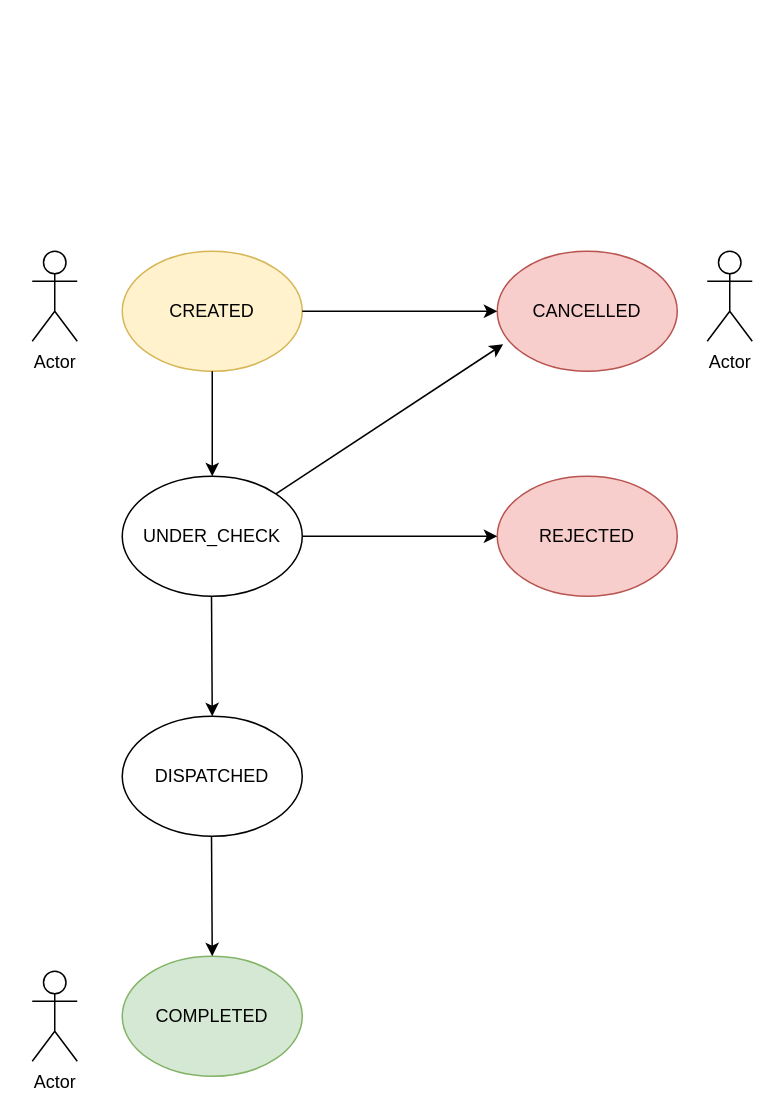
Earlier version of the draw.io diagram order_statedrawio.drawio (dcharilas-kc/spring-statemachine-demo). Source tidied: cells renumbered, new cells numbered last; positions are measured from the earlier drawing's top-left corner, leaving out a move shared by most shapes. Both pictures are drawn from the tidied source at 150%, with x=0, y=0 at pixel (32, 250).
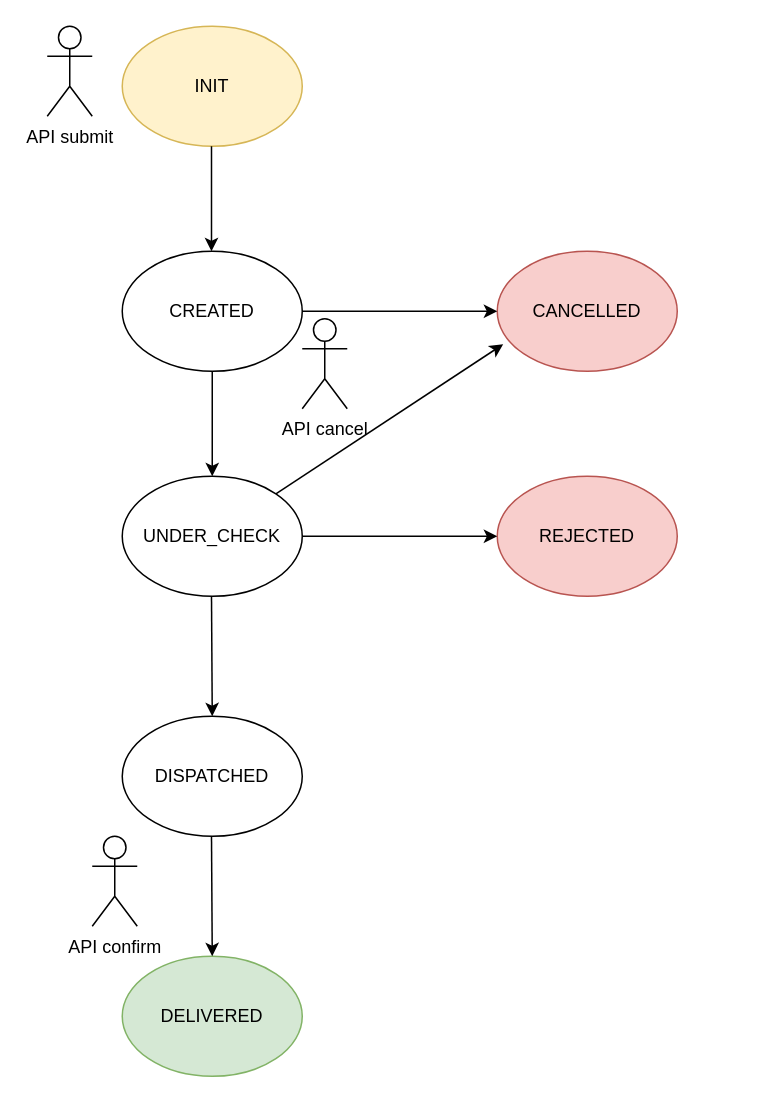
The same page after the edit.

Change to the diagram source:
```diff
@@
-    <mxCell id="2" value="CREATED" style="ellipse;whiteSpace=wrap;html=1;fillColor=#fff2cc;strokeColor=#d6b656;" parent="1" vertex="1">
+    <mxCell id="2" value="CREATED" style="ellipse;whiteSpace=wrap;html=1;" parent="1" vertex="1">
       <mxGeometry x="60" width="120" height="80" as="geometry" />
     </mxCell>
@@
-    <mxCell id="7" value="COMPLETED" style="ellipse;whiteSpace=wrap;html=1;fillColor=#d5e8d4;strokeColor=#82b366;" parent="1" vertex="1">
+    <mxCell id="7" value="DELIVERED" style="ellipse;whiteSpace=wrap;html=1;fillColor=#d5e8d4;strokeColor=#82b366;" parent="1" vertex="1">
       <mxGeometry x="60" y="470" width="120" height="80" as="geometry" />
     </mxCell>
@@
-    <mxCell id="14" value="Actor" style="shape=umlActor;verticalLabelPosition=bottom;verticalAlign=top;html=1;" parent="1" vertex="1">
-      <mxGeometry width="30" height="60" as="geometry" />
+    <mxCell id="14" value="API submit" style="shape=umlActor;verticalLabelPosition=bottom;verticalAlign=top;html=1;" parent="1" vertex="1">
+      <mxGeometry x="10" y="-150" width="30" height="60" as="geometry" />
     </mxCell>
-    <mxCell id="15" value="Actor" style="shape=umlActor;verticalLabelPosition=bottom;verticalAlign=top;html=1;" parent="1" vertex="1">
-      <mxGeometry y="480" width="30" height="60" as="geometry" />
+    <mxCell id="15" value="API confirm" style="shape=umlActor;verticalLabelPosition=bottom;verticalAlign=top;html=1;" parent="1" vertex="1">
+      <mxGeometry x="40" y="390" width="30" height="60" as="geometry" />
     </mxCell>
-    <mxCell id="16" value="Actor" style="shape=umlActor;verticalLabelPosition=bottom;verticalAlign=top;html=1;" parent="1" vertex="1">
-      <mxGeometry x="450" width="30" height="60" as="geometry" />
+    <mxCell id="16" value="API cancel" style="shape=umlActor;verticalLabelPosition=bottom;verticalAlign=top;html=1;" parent="1" vertex="1">
+      <mxGeometry x="180" y="45" width="30" height="60" as="geometry" />
     </mxCell>
+    <mxCell id="17" value="INIT" style="ellipse;whiteSpace=wrap;html=1;fillColor=#fff2cc;strokeColor=#d6b656;" parent="1" vertex="1">
+      <mxGeometry x="60" y="-150" width="120" height="80" as="geometry" />
+    </mxCell>
+    <mxCell id="18" style="endArrow=classic;html=1;rounded=0;exitX=0.5;exitY=1;exitDx=0;exitDy=0;" parent="1" edge="1">
+      <mxGeometry relative="1" as="geometry">
+        <mxPoint x="119.5" y="-70" as="sourcePoint" />
+        <mxPoint x="119.5" as="targetPoint" />
+      </mxGeometry>
+    </mxCell>
```
